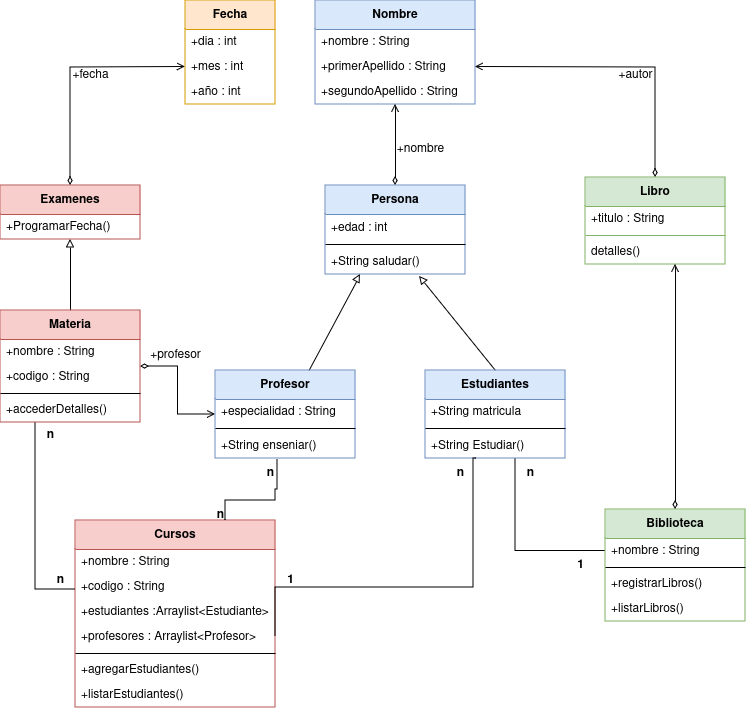
Before: gestion-academica/imagenes/Escuela.png, a diagram exported from draw.io (gian700/gestion-academica). Source tidied: cells renumbered, new cells last; positions are measured from the earlier drawing's top-left corner, leaving out a move shared by most shapes.
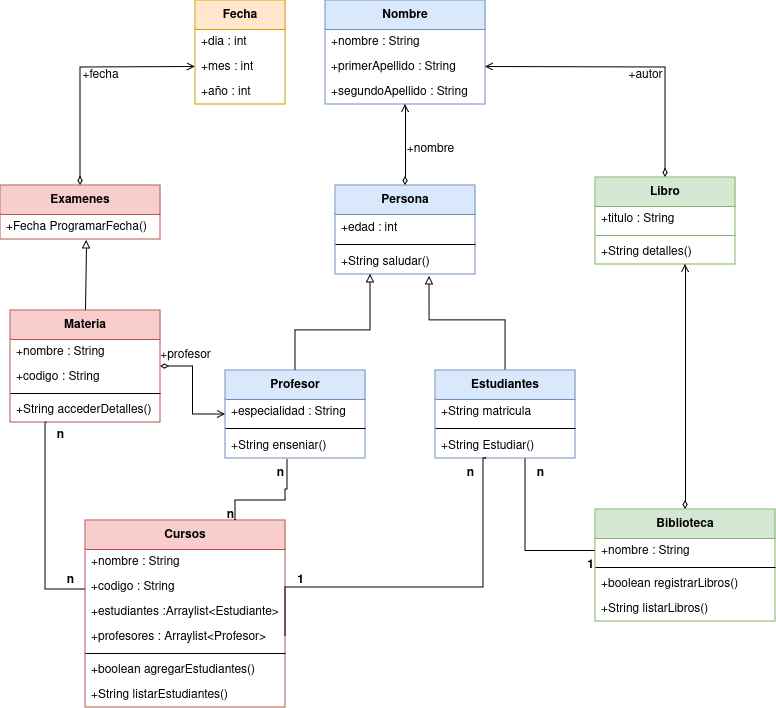
The same file after the commit.

Diff of the diagram source:
```diff
@@ -3,7 +3,12 @@
     <mxCell id="0" />
     <mxCell id="1" parent="0" />
     <mxCell id="2" style="rounded=0;jettySize=auto;html=1;entryX=0.5;entryY=0;entryDx=0;entryDy=0;endArrow=none;endFill=0;startArrow=block;startFill=0;exitX=0.671;exitY=1.077;exitDx=0;exitDy=0;exitPerimeter=0;" parent="1" edge="1" source="6" target="8">
-      <mxGeometry relative="1" as="geometry" />
+      <mxGeometry relative="1" as="geometry">
+        <Array as="points">
+          <mxPoint x="419" y="320" />
+          <mxPoint x="495" y="320" />
+        </Array>
+      </mxGeometry>
     </mxCell>
     <mxCell id="3" value="Persona" style="swimlane;fontStyle=1;align=center;verticalAlign=middle;horizontal=1;startSize=29;html=1;whiteSpace=wrap;fillColor=#dae8fc;strokeColor=#6c8ebf;" parent="1" vertex="1">
       <mxGeometry x="325" y="185" width="140" height="89" as="geometry" />
@@ -37,7 +42,12 @@
       <mxGeometry y="62" width="140" height="26" as="geometry" />
     </mxCell>
     <mxCell id="12" style="rounded=0;jettySize=auto;html=1;entryX=0.25;entryY=1;entryDx=0;entryDy=0;endArrow=block;endFill=0;startArrow=none;startFill=0;" parent="1" edge="1" source="14" target="3">
-      <mxGeometry relative="1" as="geometry" />
+      <mxGeometry relative="1" as="geometry">
+        <Array as="points">
+          <mxPoint x="285" y="330" />
+          <mxPoint x="360" y="330" />
+        </Array>
+      </mxGeometry>
     </mxCell>
     <mxCell id="13" style="edgeStyle=orthogonalEdgeStyle;rounded=0;jettySize=auto;html=1;entryX=1;entryY=0.5;entryDx=0;entryDy=0;endArrow=diamondThin;endFill=0;startArrow=open;startFill=0;" parent="1" edge="1" source="14" target="28">
       <mxGeometry relative="1" as="geometry" />
@@ -79,35 +89,35 @@
     <mxCell id="24" style="line;strokeWidth=1;align=left;verticalAlign=middle;spacingTop=-1;spacingLeft=3;spacingRight=3;labelPosition=right;" parent="19" vertex="1">
       <mxGeometry y="129" width="200" height="8" as="geometry" />
     </mxCell>
-    <mxCell id="25" value="+agregarEstudiantes()" style="text;html=1;align=left;verticalAlign=middle;spacingLeft=4;spacingRight=4;overflow=hidden;whiteSpace=wrap;" parent="19" vertex="1">
+    <mxCell id="25" value="+boolean agregarEstudiantes()" style="text;html=1;align=left;verticalAlign=middle;spacingLeft=4;spacingRight=4;overflow=hidden;whiteSpace=wrap;" parent="19" vertex="1">
       <mxGeometry y="137" width="200" height="25" as="geometry" />
     </mxCell>
-    <mxCell id="26" value="+listarEstudiantes()" style="text;html=1;align=left;verticalAlign=middle;spacingLeft=4;spacingRight=4;overflow=hidden;whiteSpace=wrap;" parent="19" vertex="1">
+    <mxCell id="26" value="+String listarEstudiantes()" style="text;html=1;align=left;verticalAlign=middle;spacingLeft=4;spacingRight=4;overflow=hidden;whiteSpace=wrap;" parent="19" vertex="1">
       <mxGeometry y="162" width="200" height="25" as="geometry" />
     </mxCell>
-    <mxCell id="27" style="rounded=0;jettySize=auto;html=1;endArrow=block;endFill=0;startArrow=none;startFill=0;entryX=0.5;entryY=1;entryDx=0;entryDy=0;exitX=0.5;exitY=0;exitDx=0;exitDy=0;" parent="1" edge="1" source="28" target="33">
+    <mxCell id="27" style="rounded=0;jettySize=auto;html=1;endArrow=block;endFill=0;startArrow=none;startFill=0;exitX=0.5;exitY=0;exitDx=0;exitDy=0;entryX=0.538;entryY=1.04;entryDx=0;entryDy=0;entryPerimeter=0;" parent="1" edge="1" source="28" target="34">
       <mxGeometry relative="1" as="geometry" />
     </mxCell>
     <mxCell id="28" value="Materia" style="swimlane;fontStyle=1;align=center;verticalAlign=middle;horizontal=1;startSize=29;html=1;whiteSpace=wrap;fillColor=#f8cecc;strokeColor=#b85450;" parent="1" vertex="1">
-      <mxGeometry y="310" width="140" height="112" as="geometry" />
+      <mxGeometry y="310" width="150" height="112" as="geometry" />
     </mxCell>
     <mxCell id="29" value="+nombre : String" style="text;html=1;align=left;verticalAlign=middle;spacingLeft=4;spacingRight=4;overflow=hidden;whiteSpace=wrap;" parent="28" vertex="1">
-      <mxGeometry y="29" width="140" height="25" as="geometry" />
+      <mxGeometry y="29" width="150" height="25" as="geometry" />
     </mxCell>
     <mxCell id="30" value="+codigo : String" style="text;html=1;align=left;verticalAlign=middle;spacingLeft=4;spacingRight=4;overflow=hidden;whiteSpace=wrap;" parent="28" vertex="1">
-      <mxGeometry y="54" width="140" height="25" as="geometry" />
+      <mxGeometry y="54" width="150" height="25" as="geometry" />
     </mxCell>
     <mxCell id="31" style="line;strokeWidth=1;align=left;verticalAlign=middle;spacingTop=-1;spacingLeft=3;spacingRight=3;labelPosition=right;" parent="28" vertex="1">
-      <mxGeometry y="79" width="140" height="8" as="geometry" />
+      <mxGeometry y="79" width="150" height="8" as="geometry" />
     </mxCell>
-    <mxCell id="32" value="+accederDetalles()" style="text;html=1;align=left;verticalAlign=middle;spacingLeft=4;spacingRight=4;overflow=hidden;whiteSpace=wrap;" parent="28" vertex="1">
-      <mxGeometry y="87" width="140" height="25" as="geometry" />
+    <mxCell id="32" value="+String accederDetalles()" style="text;html=1;align=left;verticalAlign=middle;spacingLeft=4;spacingRight=4;overflow=hidden;whiteSpace=wrap;" parent="28" vertex="1">
+      <mxGeometry y="87" width="150" height="25" as="geometry" />
     </mxCell>
     <mxCell id="33" value="Examenes" style="swimlane;fontStyle=1;align=center;verticalAlign=middle;horizontal=1;startSize=29;html=1;whiteSpace=wrap;fillColor=#f8cecc;strokeColor=#b85450;" parent="1" vertex="1">
-      <mxGeometry y="185" width="140" height="54" as="geometry" />
+      <mxGeometry x="-10" y="185" width="160" height="54" as="geometry" />
     </mxCell>
-    <mxCell id="34" value="+ProgramarFecha()" style="text;html=1;strokeColor=none;fillColor=none;align=left;verticalAlign=middle;spacingLeft=4;spacingRight=4;overflow=hidden;points=[[0,0.5],[1,0.5]];portConstraint=eastwest;whiteSpace=wrap;" parent="33" vertex="1">
-      <mxGeometry y="29" width="140" height="25" as="geometry" />
+    <mxCell id="34" value="+Fecha ProgramarFecha()" style="text;html=1;strokeColor=none;fillColor=none;align=left;verticalAlign=middle;spacingLeft=4;spacingRight=4;overflow=hidden;points=[[0,0.5],[1,0.5]];portConstraint=eastwest;whiteSpace=wrap;" parent="33" vertex="1">
+      <mxGeometry y="29" width="160" height="25" as="geometry" />
     </mxCell>
     <mxCell id="35" value="Fecha" style="swimlane;fontStyle=1;align=center;verticalAlign=middle;horizontal=1;startSize=29;html=1;whiteSpace=wrap;fillColor=#ffe6cc;strokeColor=#d79b00;" parent="1" vertex="1">
       <mxGeometry x="185" width="90" height="104" as="geometry" />
@@ -129,19 +139,19 @@
       </mxGeometry>
     </mxCell>
     <mxCell id="40" value="Biblioteca" style="swimlane;fontStyle=1;align=center;verticalAlign=middle;horizontal=1;startSize=29;html=1;whiteSpace=wrap;fillColor=#d5e8d4;strokeColor=#82b366;" parent="1" vertex="1">
-      <mxGeometry x="605" y="509" width="140" height="112" as="geometry" />
+      <mxGeometry x="585" y="509" width="180" height="112" as="geometry" />
     </mxCell>
     <mxCell id="41" value="+nombre : String" style="text;html=1;align=left;verticalAlign=middle;spacingLeft=4;spacingRight=4;overflow=hidden;points=[[0,0.5],[1,0.5]];portConstraint=eastwest;whiteSpace=wrap;" parent="40" vertex="1">
-      <mxGeometry y="29" width="140" height="25" as="geometry" />
+      <mxGeometry y="29" width="180" height="25" as="geometry" />
     </mxCell>
     <mxCell id="42" style="line;strokeWidth=1;align=left;verticalAlign=middle;spacingTop=-1;spacingLeft=3;spacingRight=3;labelPosition=right;" parent="40" vertex="1">
-      <mxGeometry y="54" width="140" height="8" as="geometry" />
+      <mxGeometry y="54" width="180" height="8" as="geometry" />
     </mxCell>
-    <mxCell id="43" value="+registrarLibros()" style="text;html=1;align=left;verticalAlign=middle;spacingLeft=4;spacingRight=4;overflow=hidden;whiteSpace=wrap;" parent="40" vertex="1">
-      <mxGeometry y="62" width="140" height="25" as="geometry" />
+    <mxCell id="43" value="+boolean registrarLibros()" style="text;html=1;align=left;verticalAlign=middle;spacingLeft=4;spacingRight=4;overflow=hidden;whiteSpace=wrap;" parent="40" vertex="1">
+      <mxGeometry y="62" width="180" height="25" as="geometry" />
     </mxCell>
-    <mxCell id="44" value="+listarLibros()" style="text;html=1;align=left;verticalAlign=middle;spacingLeft=4;spacingRight=4;overflow=hidden;whiteSpace=wrap;" parent="40" vertex="1">
-      <mxGeometry y="87" width="140" height="25" as="geometry" />
+    <mxCell id="44" value="+String listarLibros()" style="text;html=1;align=left;verticalAlign=middle;spacingLeft=4;spacingRight=4;overflow=hidden;whiteSpace=wrap;" parent="40" vertex="1">
+      <mxGeometry y="87" width="180" height="25" as="geometry" />
     </mxCell>
     <mxCell id="45" value="Libro" style="swimlane;fontStyle=1;align=center;verticalAlign=middle;horizontal=1;startSize=29;html=1;whiteSpace=wrap;fillColor=#d5e8d4;strokeColor=#82b366;" parent="1" vertex="1">
       <mxGeometry x="585" y="177" width="140" height="87" as="geometry" />
@@ -152,7 +162,7 @@
     <mxCell id="47" style="line;strokeWidth=1;fillColor=none;align=left;verticalAlign=middle;spacingTop=-1;spacingLeft=3;spacingRight=3;labelPosition=right;strokeColor=inherit;" parent="45" vertex="1">
       <mxGeometry y="54" width="140" height="8" as="geometry" />
     </mxCell>
-    <mxCell id="48" value="detalles()" style="text;html=1;strokeColor=none;fillColor=none;align=left;verticalAlign=middle;spacingLeft=4;spacingRight=4;overflow=hidden;points=[[0,0.5],[1,0.5]];portConstraint=eastwest;whiteSpace=wrap;" parent="45" vertex="1">
+    <mxCell id="48" value="+String detalles()" style="text;html=1;strokeColor=none;fillColor=none;align=left;verticalAlign=middle;spacingLeft=4;spacingRight=4;overflow=hidden;points=[[0,0.5],[1,0.5]];portConstraint=eastwest;whiteSpace=wrap;" parent="45" vertex="1">
       <mxGeometry y="62" width="140" height="25" as="geometry" />
     </mxCell>
     <mxCell id="49" value="Nombre" style="swimlane;fontStyle=1;align=center;verticalAlign=middle;horizontal=1;startSize=29;html=1;whiteSpace=wrap;fillColor=#dae8fc;strokeColor=#6c8ebf;" parent="1" vertex="1">
```
